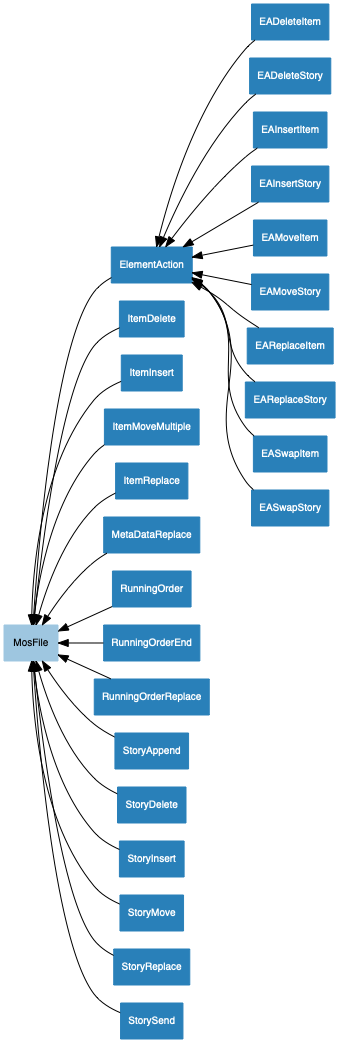
Earlier version of the Graphviz export docs/images/class_hierarchy.png (bbc/mosromgr). Its source is kept beside it as docs/images/class_hierarchy.dot.
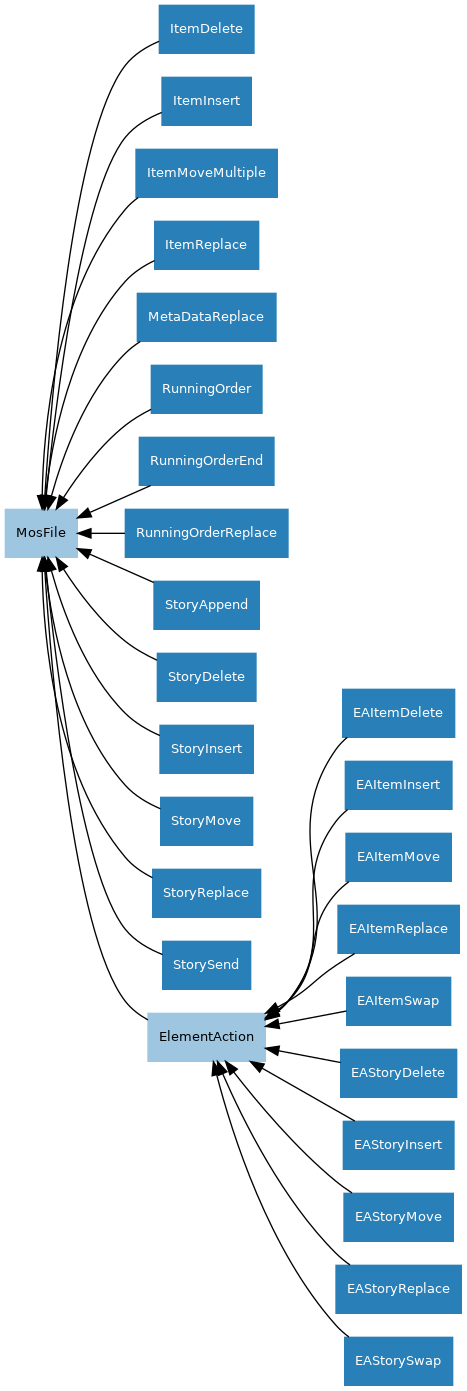
After the change.

Diff of the diagram source:
```diff
@@ -6,21 +6,22 @@
     /* Abstract classes */
     node [color="#9ec6e0", fontcolor="#000000"]
 
+    ElementAction;
     MosFile;
 
     /* Concrete classes */
     node [color="#2980b9", fontcolor="#ffffff"];
 
-    EADeleteItem->ElementAction;
-    EADeleteStory->ElementAction;
-    EAInsertItem->ElementAction;
-    EAInsertStory->ElementAction;
-    EAMoveItem->ElementAction;
-    EAMoveStory->ElementAction;
-    EAReplaceItem->ElementAction;
-    EAReplaceStory->ElementAction;
-    EASwapItem->ElementAction;
-    EASwapStory->ElementAction;
+    EAItemDelete->ElementAction;
+    EAItemInsert->ElementAction;
+    EAItemMove->ElementAction;
+    EAItemReplace->ElementAction;
+    EAItemSwap->ElementAction;
+    EAStoryDelete->ElementAction;
+    EAStoryInsert->ElementAction;
+    EAStoryMove->ElementAction;
+    EAStoryReplace->ElementAction;
+    EAStorySwap->ElementAction;
     ElementAction->MosFile;
     ItemDelete->MosFile;
     ItemInsert->MosFile;
```
